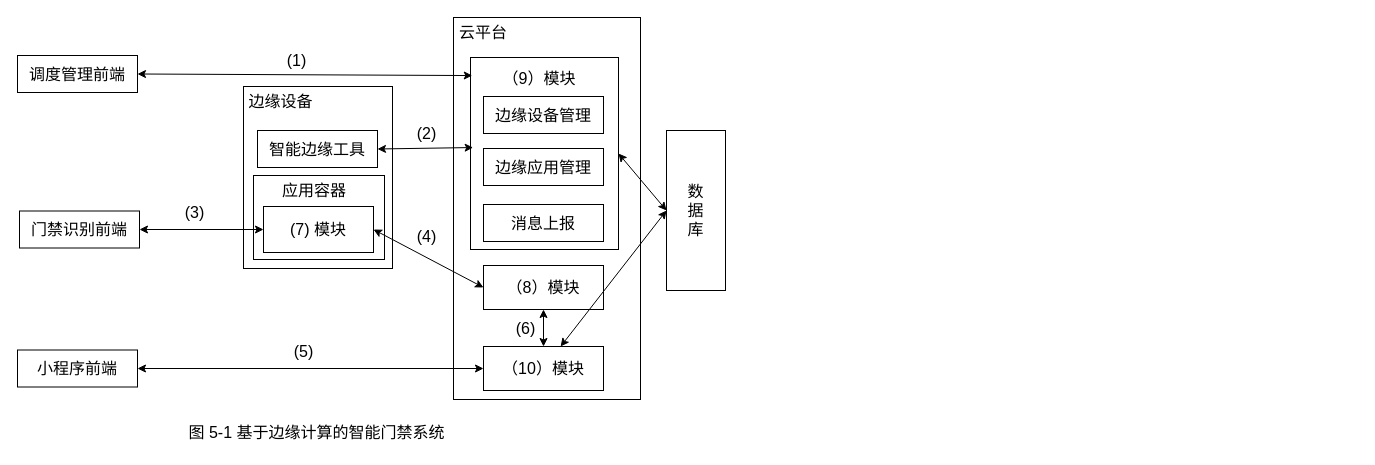
Before: 软考.drawio in xiaodongYao/DrawIO, a draw.io diagram. Source tidied: cells renumbered, new cells numbered last; positions are measured from the earlier drawing's top-left corner, leaving out a move shared by most shapes. Both pictures are drawn from the tidied source at 100%, with x=0, y=0 at pixel (17, 17).
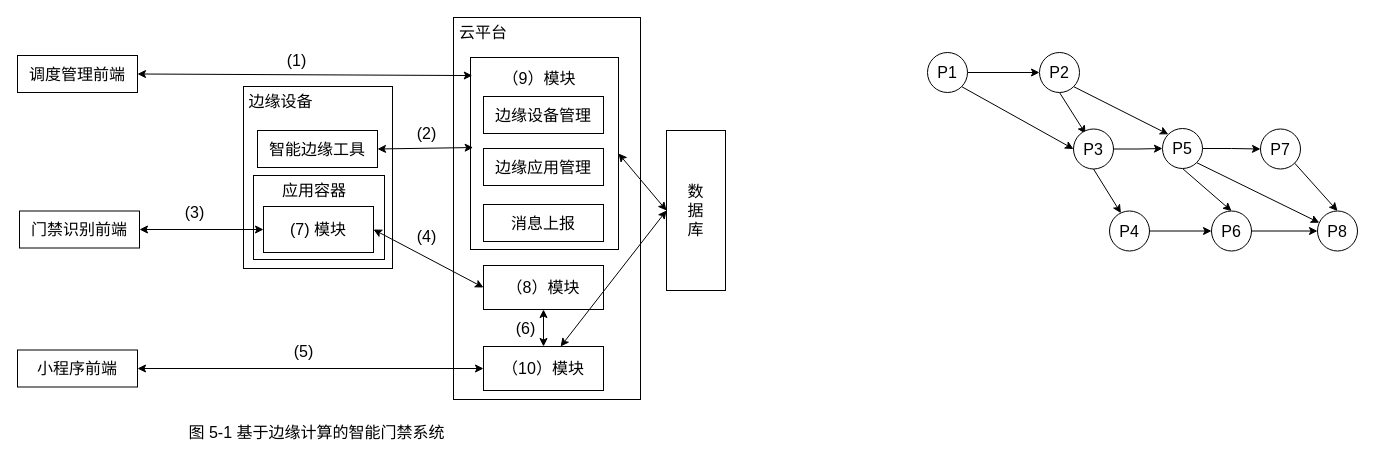
After the change.

Diff of the diagram source:
```diff
@@
+    <mxCell id="37" style="edgeStyle=orthogonalEdgeStyle;rounded=0;jettySize=auto;html=1;fontSize=16;" parent="1" edge="1" source="39" target="42">
+      <mxGeometry relative="1" as="geometry" />
+    </mxCell>
+    <mxCell id="38" style="rounded=0;jettySize=auto;html=1;exitX=1;exitY=1;exitDx=0;exitDy=0;entryX=0;entryY=0.5;entryDx=0;entryDy=0;fontSize=16;" parent="1" edge="1" source="39" target="55">
+      <mxGeometry relative="1" as="geometry" />
+    </mxCell>
+    <mxCell id="39" value="P1" style="ellipse;whiteSpace=wrap;html=1;fontSize=16;" parent="1" vertex="1">
+      <mxGeometry x="910" y="35" width="40" height="40" as="geometry" />
+    </mxCell>
+    <mxCell id="40" style="rounded=0;jettySize=auto;html=1;exitX=0.5;exitY=1;exitDx=0;exitDy=0;entryX=0.305;entryY=0.123;entryDx=0;entryDy=0;entryPerimeter=0;fontSize=16;" parent="1" edge="1" source="42" target="55">
+      <mxGeometry relative="1" as="geometry" />
+    </mxCell>
+    <mxCell id="41" style="rounded=0;jettySize=auto;html=1;exitX=1;exitY=1;exitDx=0;exitDy=0;entryX=0;entryY=0;entryDx=0;entryDy=0;fontSize=16;" parent="1" edge="1" source="42" target="52">
+      <mxGeometry relative="1" as="geometry" />
+    </mxCell>
+    <mxCell id="42" value="P2" style="ellipse;whiteSpace=wrap;html=1;fontSize=16;" parent="1" vertex="1">
+      <mxGeometry x="1022" y="35" width="40" height="40" as="geometry" />
+    </mxCell>
+    <mxCell id="43" style="edgeStyle=orthogonalEdgeStyle;rounded=0;jettySize=auto;html=1;fontSize=16;" parent="1" edge="1" source="44" target="56">
+      <mxGeometry relative="1" as="geometry" />
+    </mxCell>
+    <mxCell id="44" value="P6" style="ellipse;whiteSpace=wrap;html=1;fontSize=16;" parent="1" vertex="1">
+      <mxGeometry x="1194" y="193.5" width="40" height="40" as="geometry" />
+    </mxCell>
+    <mxCell id="45" style="edgeStyle=orthogonalEdgeStyle;rounded=0;jettySize=auto;html=1;fontSize=16;" parent="1" edge="1" source="46" target="44">
+      <mxGeometry relative="1" as="geometry" />
+    </mxCell>
+    <mxCell id="46" value="P4" style="ellipse;whiteSpace=wrap;html=1;fontSize=16;" parent="1" vertex="1">
+      <mxGeometry x="1092" y="193.5" width="40" height="40" as="geometry" />
+    </mxCell>
+    <mxCell id="47" style="rounded=0;jettySize=auto;html=1;exitX=1;exitY=1;exitDx=0;exitDy=0;entryX=0.5;entryY=0;entryDx=0;entryDy=0;fontSize=16;" parent="1" edge="1" source="48" target="56">
+      <mxGeometry relative="1" as="geometry" />
+    </mxCell>
+    <mxCell id="48" value="P7" style="ellipse;whiteSpace=wrap;html=1;fontSize=16;" parent="1" vertex="1">
+      <mxGeometry x="1243" y="111.5" width="40" height="40" as="geometry" />
+    </mxCell>
+    <mxCell id="49" style="edgeStyle=orthogonalEdgeStyle;rounded=0;jettySize=auto;html=1;fontSize=16;" parent="1" edge="1" source="52" target="48">
+      <mxGeometry relative="1" as="geometry" />
+    </mxCell>
+    <mxCell id="50" style="rounded=0;jettySize=auto;html=1;exitX=0.5;exitY=1;exitDx=0;exitDy=0;entryX=0.5;entryY=0;entryDx=0;entryDy=0;fontSize=16;" parent="1" edge="1" source="52" target="44">
+      <mxGeometry relative="1" as="geometry" />
+    </mxCell>
+    <mxCell id="51" style="rounded=0;jettySize=auto;html=1;exitX=1;exitY=1;exitDx=0;exitDy=0;entryX=0.045;entryY=0.293;entryDx=0;entryDy=0;entryPerimeter=0;fontSize=16;" parent="1" edge="1" source="52" target="56">
+      <mxGeometry relative="1" as="geometry" />
+    </mxCell>
+    <mxCell id="52" value="P5" style="ellipse;whiteSpace=wrap;html=1;fontSize=16;" parent="1" vertex="1">
+      <mxGeometry x="1145" y="111" width="40" height="40" as="geometry" />
+    </mxCell>
+    <mxCell id="53" style="edgeStyle=orthogonalEdgeStyle;rounded=0;jettySize=auto;html=1;fontSize=16;" parent="1" edge="1" source="55" target="52">
+      <mxGeometry relative="1" as="geometry" />
+    </mxCell>
+    <mxCell id="54" style="rounded=0;jettySize=auto;html=1;exitX=0.5;exitY=1;exitDx=0;exitDy=0;entryX=0.285;entryY=0.053;entryDx=0;entryDy=0;entryPerimeter=0;fontSize=16;" parent="1" edge="1" source="55" target="46">
+      <mxGeometry relative="1" as="geometry" />
+    </mxCell>
+    <mxCell id="55" value="P3" style="ellipse;whiteSpace=wrap;html=1;fontSize=16;" parent="1" vertex="1">
+      <mxGeometry x="1056" y="111.5" width="40" height="40" as="geometry" />
+    </mxCell>
+    <mxCell id="56" value="P8" style="ellipse;whiteSpace=wrap;html=1;fontSize=16;" parent="1" vertex="1">
+      <mxGeometry x="1300" y="193.5" width="40" height="40" as="geometry" />
+    </mxCell>
```
